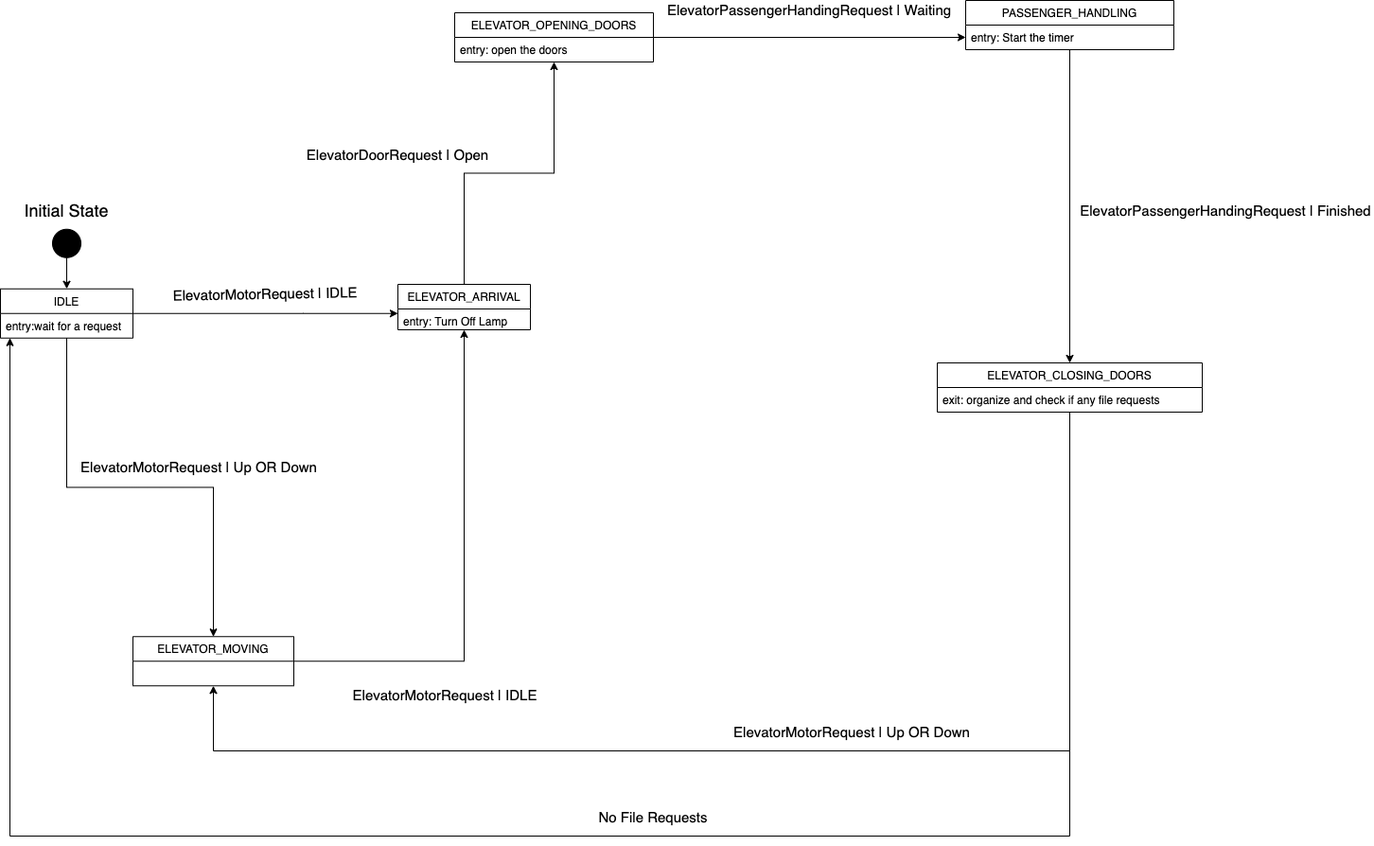
Above: Project Details/Diagrams/ElevatorStateMachine.png in SebGadzinski/SYSC3303-ElevatorProject (draw.io), before the change. Source tidied: cells renumbered, new cells last; positions are measured from the earlier drawing's top-left corner, leaving out a move shared by most shapes.
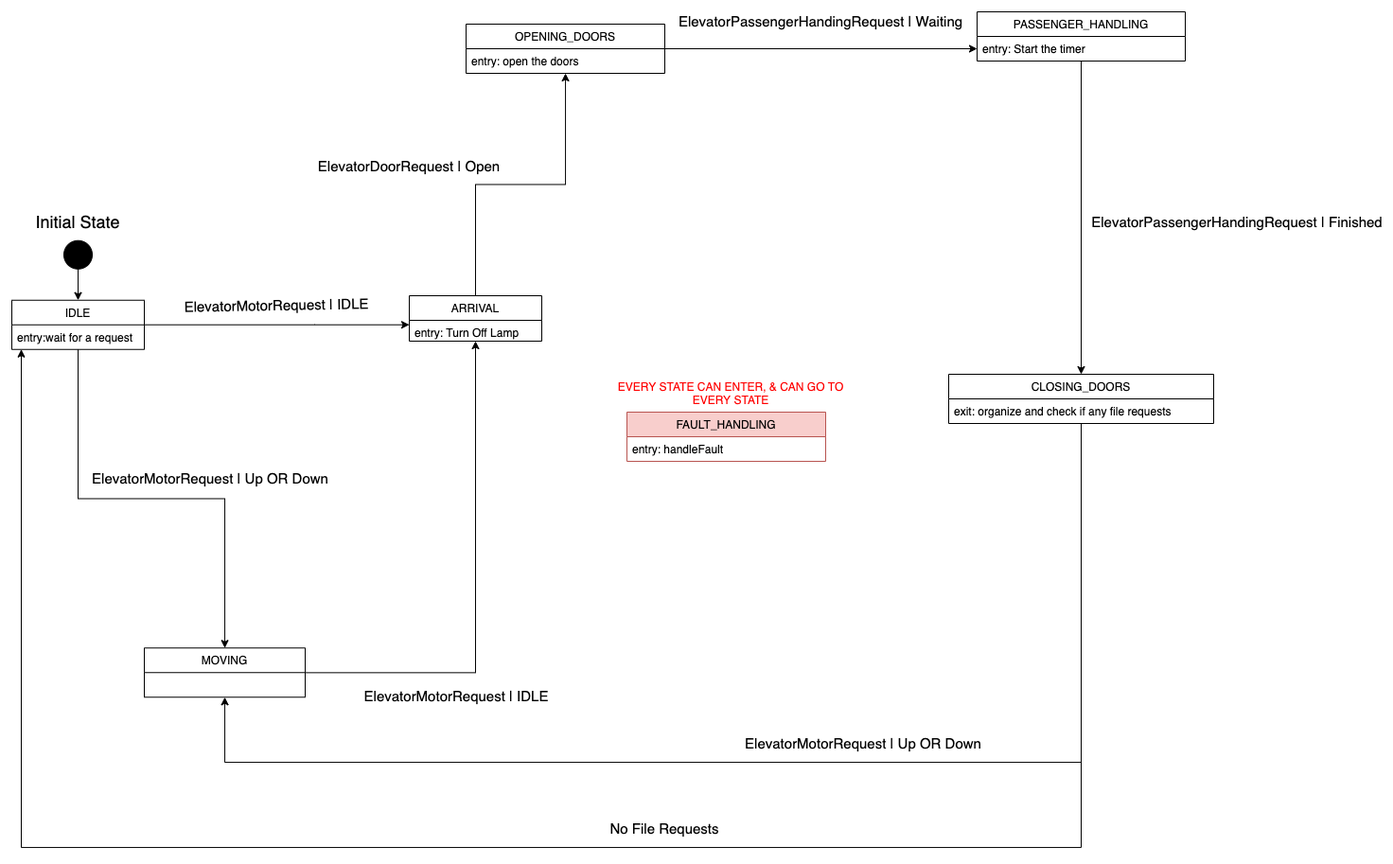
After the change.

The edit, as a diff of the source:
```diff
@@ -31,7 +31,7 @@
     <mxCell id="9" style="edgeStyle=orthogonalEdgeStyle;rounded=0;jettySize=auto;html=1;" parent="1" edge="1" source="10" target="18">
       <mxGeometry relative="1" as="geometry" />
     </mxCell>
-    <mxCell id="10" value="ELEVATOR_OPENING_DOORS" style="swimlane;fontStyle=0;horizontal=1;startSize=26;fillColor=none;" parent="1" vertex="1">
+    <mxCell id="10" value="OPENING_DOORS" style="swimlane;fontStyle=0;horizontal=1;startSize=26;fillColor=none;" parent="1" vertex="1">
       <mxGeometry x="480" y="13" width="210" height="52" as="geometry" />
     </mxCell>
     <mxCell id="11" value="entry: open the doors" style="text;strokeColor=none;fillColor=none;align=left;verticalAlign=top;spacingLeft=4;spacingRight=4;overflow=hidden;" parent="10" vertex="1">
@@ -53,7 +53,7 @@
         </Array>
       </mxGeometry>
     </mxCell>
-    <mxCell id="14" value="ELEVATOR_CLOSING_DOORS" style="swimlane;fontStyle=0;horizontal=1;startSize=26;fillColor=none;" parent="1" vertex="1">
+    <mxCell id="14" value="CLOSING_DOORS" style="swimlane;fontStyle=0;horizontal=1;startSize=26;fillColor=none;" parent="1" vertex="1">
       <mxGeometry x="990" y="383" width="280" height="52" as="geometry" />
     </mxCell>
     <mxCell id="15" value="exit: organize and check if any file requests" style="text;strokeColor=none;fillColor=none;align=left;verticalAlign=top;spacingLeft=4;spacingRight=4;overflow=hidden;" parent="14" vertex="1">
@@ -71,7 +71,7 @@
     <mxCell id="19" style="edgeStyle=orthogonalEdgeStyle;rounded=0;jettySize=auto;html=1;" parent="1" edge="1" source="20" target="10">
       <mxGeometry relative="1" as="geometry" />
     </mxCell>
-    <mxCell id="20" value="ELEVATOR_ARRIVAL" style="swimlane;fontStyle=0;horizontal=1;startSize=26;fillColor=none;" parent="1" vertex="1">
+    <mxCell id="20" value="ARRIVAL" style="swimlane;fontStyle=0;horizontal=1;startSize=26;fillColor=none;" parent="1" vertex="1">
       <mxGeometry x="420" y="300" width="140" height="48" as="geometry" />
     </mxCell>
     <mxCell id="21" value="entry: Turn Off Lamp  " style="text;strokeColor=none;fillColor=none;align=left;verticalAlign=top;spacingLeft=4;spacingRight=4;overflow=hidden;" parent="20" vertex="1">
@@ -83,7 +83,7 @@
     <mxCell id="23" style="edgeStyle=orthogonalEdgeStyle;rounded=0;jettySize=auto;html=1;" parent="1" edge="1" source="24" target="20">
       <mxGeometry relative="1" as="geometry" />
     </mxCell>
-    <mxCell id="24" value="ELEVATOR_MOVING" style="swimlane;fontStyle=0;horizontal=1;startSize=26;fillColor=none;" parent="1" vertex="1">
+    <mxCell id="24" value="MOVING" style="swimlane;fontStyle=0;horizontal=1;startSize=26;fillColor=none;" parent="1" vertex="1">
       <mxGeometry x="140" y="672.2" width="170" height="52" as="geometry" />
     </mxCell>
     <mxCell id="25" value="&lt;span style=&quot;font-size: 15px&quot;&gt;ElevatorDoorRequest | Open&lt;/span&gt;" style="text;html=1;strokeColor=none;fillColor=none;align=center;verticalAlign=middle;whiteSpace=wrap;rounded=0;rotation=0;" parent="1" vertex="1">
@@ -96,7 +96,7 @@
       <mxGeometry x="160" y="300" width="240" height="20" as="geometry" />
     </mxCell>
     <mxCell id="28" value="&lt;span style=&quot;font-size: 15px&quot;&gt;ElevatorMotorRequest&lt;/span&gt;&lt;span style=&quot;font-size: 15px&quot;&gt;&amp;nbsp;| IDLE&lt;/span&gt;" style="text;html=1;strokeColor=none;fillColor=none;align=center;verticalAlign=middle;whiteSpace=wrap;rounded=0;rotation=0;" parent="1" vertex="1">
-      <mxGeometry x="320" y="724.2" width="300" height="20" as="geometry" />
+      <mxGeometry x="320" y="713" width="300" height="20" as="geometry" />
     </mxCell>
     <mxCell id="29" value="&lt;span style=&quot;font-size: 15px&quot;&gt;ElevatorPassengerHandingRequest | Finished&lt;/span&gt;" style="text;html=1;strokeColor=none;fillColor=none;align=center;verticalAlign=middle;whiteSpace=wrap;rounded=0;" parent="1" vertex="1">
       <mxGeometry x="1140" y="211.8" width="310" height="20" as="geometry" />
@@ -107,5 +107,14 @@
     <mxCell id="31" value="&lt;span style=&quot;font-size: 15px&quot;&gt;ElevatorMotorRequest&lt;/span&gt;&lt;span style=&quot;font-size: 15px&quot;&gt;&amp;nbsp;| Up OR Down&lt;/span&gt;" style="text;html=1;strokeColor=none;fillColor=none;align=center;verticalAlign=middle;whiteSpace=wrap;rounded=0;rotation=0;" parent="1" vertex="1">
       <mxGeometry x="750" y="763" width="300" height="20" as="geometry" />
     </mxCell>
+    <mxCell id="32" value="FAULT_HANDLING" style="swimlane;fontStyle=0;horizontal=1;startSize=26;fillColor=#f8cecc;strokeColor=#b85450;" parent="1" vertex="1">
+      <mxGeometry x="650" y="423" width="210" height="52" as="geometry" />
+    </mxCell>
+    <mxCell id="33" value="entry: handleFault" style="text;strokeColor=none;fillColor=none;align=left;verticalAlign=top;spacingLeft=4;spacingRight=4;overflow=hidden;" parent="32" vertex="1">
+      <mxGeometry y="26" width="210" height="26" as="geometry" />
+    </mxCell>
+    <mxCell id="34" value="&lt;font color=&quot;#ff0000&quot;&gt;EVERY STATE CAN ENTER, &amp;amp; CAN GO TO EVERY STATE&lt;/font&gt;" style="text;html=1;strokeColor=none;fillColor=none;align=center;verticalAlign=middle;whiteSpace=wrap;rounded=0;" parent="1" vertex="1">
+      <mxGeometry x="630" y="393" width="260" height="20" as="geometry" />
+    </mxCell>
   </root>
 </mxGraphModel>
```
